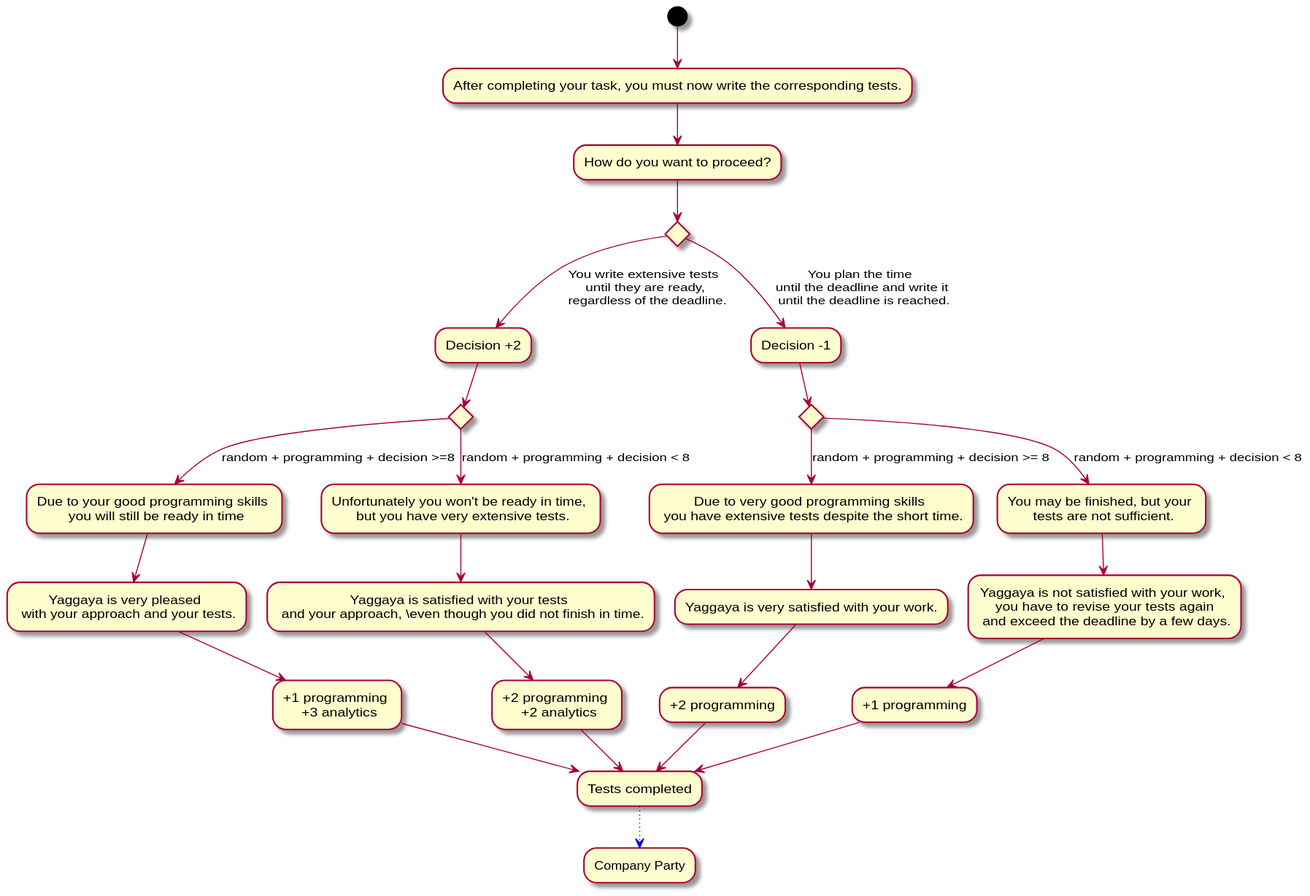
The PlantUML diagram Docs/Technical Specifications/docs/diagrams/StoryFlow/StoryFlow_Decision_5.svg in Brotenko/QualityQuest, before a commit. The source it was exported from:
```plantuml
@startuml
(*) --> "After completing your task, you must now write the corresponding tests."
--> "How do you want to proceed?" as wie
if "" then
--> [You write extensive tests \n until they are ready, \n regardless of the deadline.] "Decision +2" as d1
if " " then
--> [random + programming + decision >=8] "Due to your good programming skills \n you will still be ready in time"
--> "Yaggaya is very pleased \n with your approach and your tests."
--> "+1 programming \n +3 analytics" as a1
else
--> [random + programming + decision < 8] "Unfortunately you won't be ready in time, \n but you have very extensive tests."
--> "Yaggaya is satisfied with your tests \n and your approach, \even though you did not finish in time."
--> "+2 programming \n +2 analytics" as a2
endif
else
 --> [You plan the time \n until the deadline and write it \n until the deadline is reached.] "Decision -1" as d2
if " " then
--> [random + programming + decision >= 8] "Due to very good programming skills \n you have extensive tests despite the short time."
--> "Yaggaya is very satisfied with your work."
--> "+2 programming" as a3
else
--> [random + programming + decision < 8] "You may be finished, but your \n tests are not sufficient."
--> "Yaggaya is not satisfied with your work, \n you have to revise your tests again \n and exceed the deadline by a few days."
--> "+1 programming" as a4
endif
endif

a1 --> "Tests completed" as ta
a2 --> ta
a3 --> ta
a4 --> ta
ta -[#blue,dotted]-> "Company Party"
@enduml
```
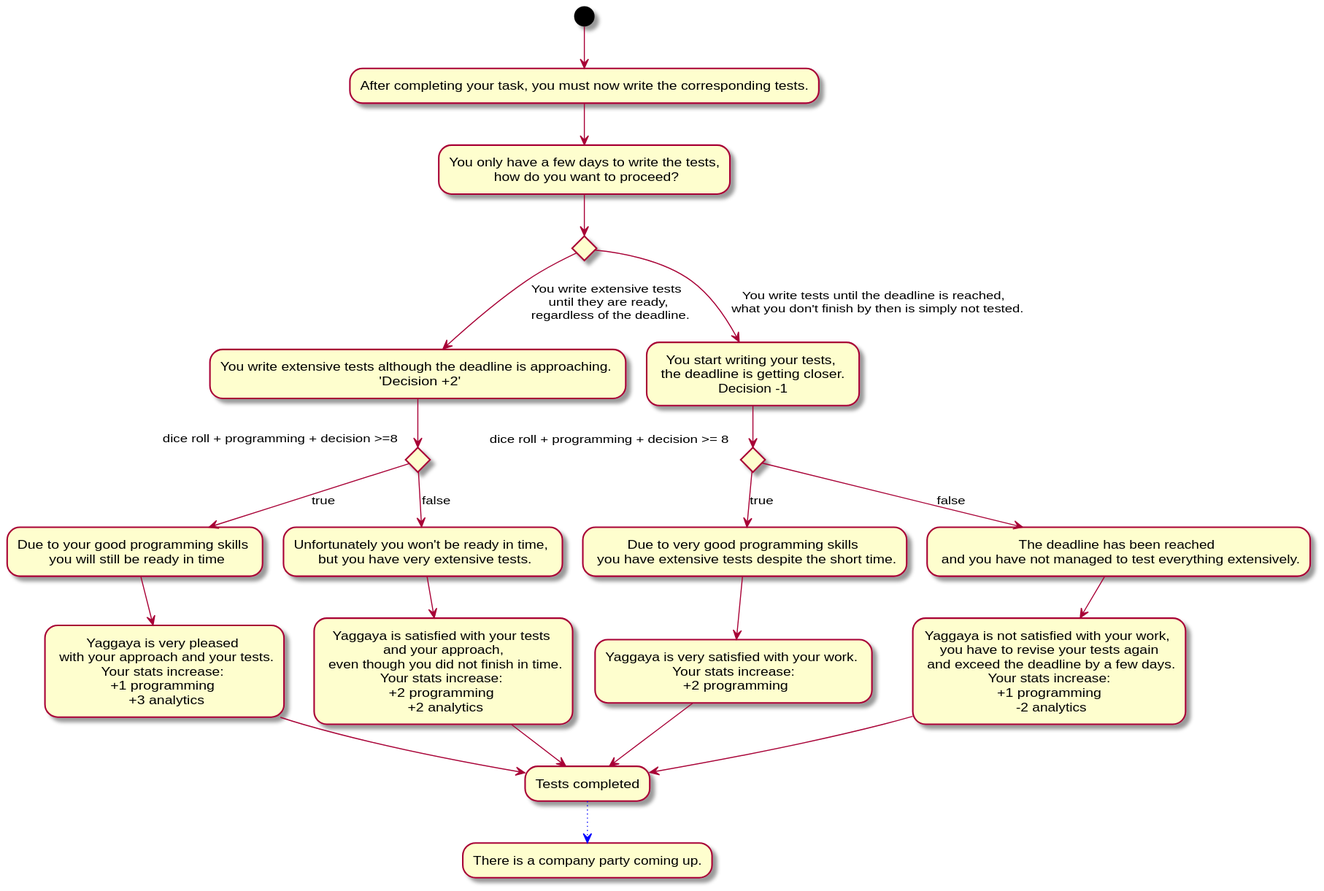
After the change.

Diff of the diagram source:
```diff
@@ -1,27 +1,24 @@
 @startuml
 (*) --> "After completing your task, you must now write the corresponding tests."
---> "How do you want to proceed?" as wie
+--> "You only have a few days to write the tests,\n how do you want to proceed?" as wie
 if "" then
---> [You write extensive tests \n until they are ready, \n regardless of the deadline.] "Decision +2" as d1
-if " " then
---> [random + programming + decision >=8] "Due to your good programming skills \n you will still be ready in time"
---> "Yaggaya is very pleased \n with your approach and your tests."
---> "+1 programming \n +3 analytics" as a1
+--> [You write extensive tests \n until they are ready, \n regardless of the deadline.] "You write extensive tests although the deadline is approaching. \n 'Decision +2'" as d1
+if "dice roll + programming + decision >=8" then
+--> [true] "Due to your good programming skills \n you will still be ready in time"
+--> "Yaggaya is very pleased \n with your approach and your tests.\nYour stats increase: \n+1 programming \n +3 analytics" as a1
 else
---> [random + programming + decision < 8] "Unfortunately you won't be ready in time, \n but you have very extensive tests."
---> "Yaggaya is satisfied with your tests \n and your approach, \even though you did not finish in time."
---> "+2 programming \n +2 analytics" as a2
+--> [false] "Unfortunately you won't be ready in time, \n but you have very extensive tests."
+--> "Yaggaya is satisfied with your tests \n and your approach, \n even though you did not finish in time.\nYour stats increase: \n+2 programming \n +2 analytics" as a2
 endif
 else
- --> [You plan the time \n until the deadline and write it \n until the deadline is reached.] "Decision -1" as d2
-if " " then
---> [random + programming + decision >= 8] "Due to very good programming skills \n you have extensive tests despite the short time."
---> "Yaggaya is very satisfied with your work."
---> "+2 programming" as a3
+ --> [You write tests until the deadline is reached, \n what you don't finish by then is simply not tested.] "You start writing your tests, \n the deadline is getting closer. \nDecision -1" as d2
+if "dice roll + programming + decision >= 8 " then
+--> [true] "Due to very good programming skills \n you have extensive tests despite the short time."
+--> "Yaggaya is very satisfied with your work. \n Your stats increase: \n +2 programming" as a3
 else
---> [random + programming + decision < 8] "You may be finished, but your \n tests are not sufficient."
---> "Yaggaya is not satisfied with your work, \n you have to revise your tests again \n and exceed the deadline by a few days."
---> "+1 programming" as a4
+--> [false] "The deadline has been reached \n and you have not managed to test everything extensively."
+--> "Yaggaya is not satisfied with your work, \n you have to revise your tests again \n and exceed the deadline by a few days.\n Your stats increase: \n +1 programming \n -2 analytics" as a4
+
 endif
 endif
 
@@ -29,5 +26,5 @@
 a2 --> ta
 a3 --> ta
 a4 --> ta
-ta -[#blue,dotted]-> "Company Party"
+ta -[#blue,dotted]-> "There is a company party coming up."
 @enduml
```
